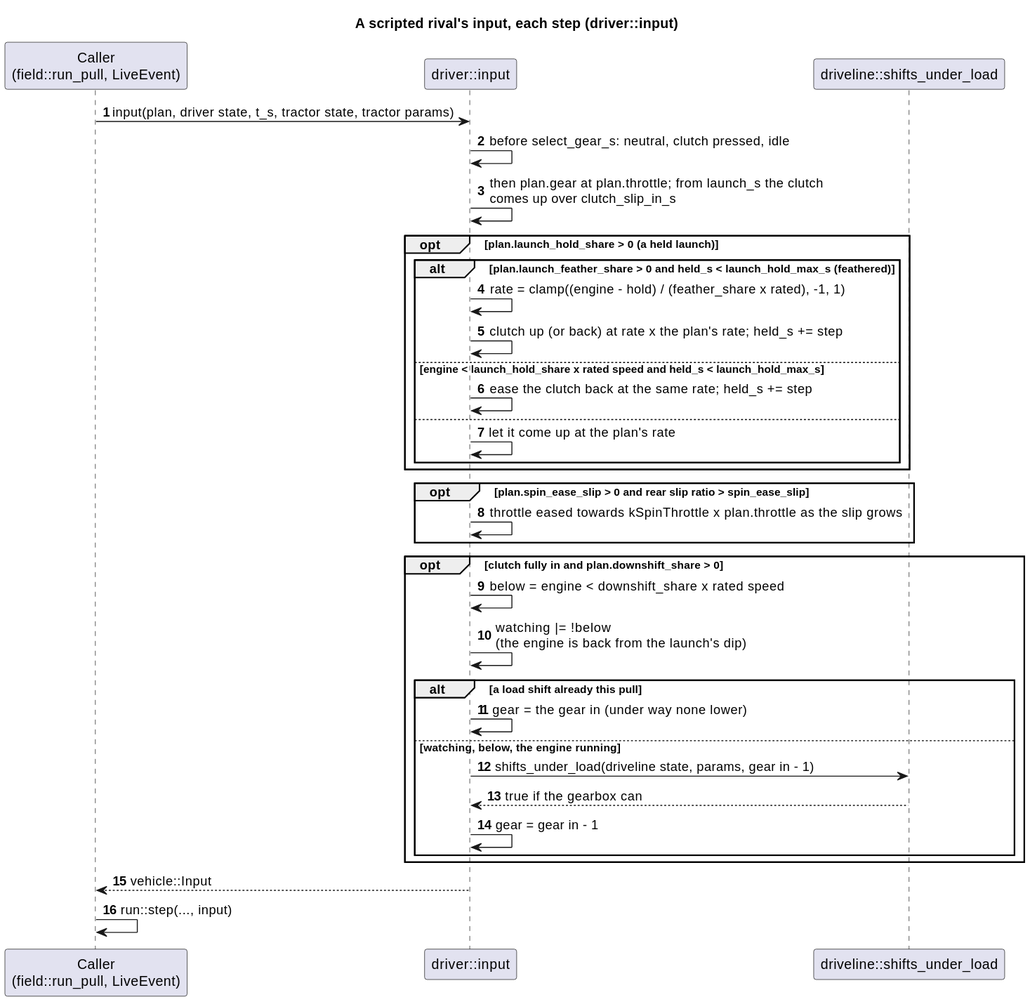
Above: docs/diagrams/svg/driver_input_sequence.svg in wversteeg/TractorPulling (PlantUML), before the change.
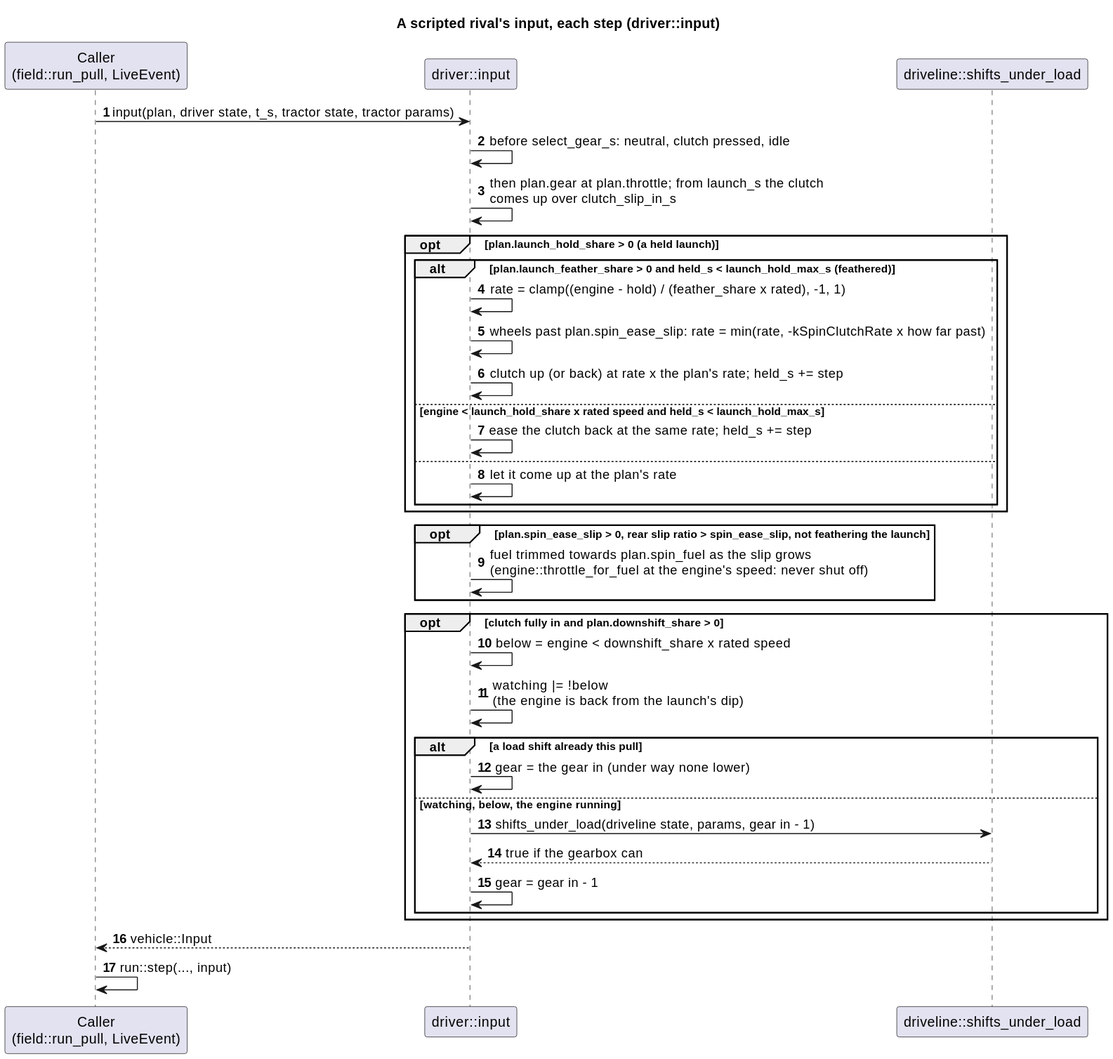
After the change.

The edit, as a diff of the source:
```diff
@@ -11,6 +11,7 @@
 opt plan.launch_hold_share > 0 (a held launch)
   alt plan.launch_feather_share > 0 and held_s < launch_hold_max_s (feathered)
     Driver -> Driver : rate = clamp((engine - hold) / (feather_share x rated), -1, 1)
+    Driver -> Driver : wheels past plan.spin_ease_slip: rate = min(rate, -kSpinClutchRate x how far past)
     Driver -> Driver : clutch up (or back) at rate x the plan's rate; held_s += step
   else engine < launch_hold_share x rated speed and held_s < launch_hold_max_s
     Driver -> Driver : ease the clutch back at the same rate; held_s += step
@@ -18,8 +19,8 @@
     Driver -> Driver : let it come up at the plan's rate
   end
 end
-opt plan.spin_ease_slip > 0 and rear slip ratio > spin_ease_slip
-  Driver -> Driver : throttle eased towards kSpinThrottle x plan.throttle as the slip grows
+opt plan.spin_ease_slip > 0, rear slip ratio > spin_ease_slip, not feathering the launch
+  Driver -> Driver : fuel trimmed towards plan.spin_fuel as the slip grows\n(engine::throttle_for_fuel at the engine's speed: never shut off)
 end
 opt clutch fully in and plan.downshift_share > 0
   Driver -> Driver : below = engine < downshift_share x rated speed
```
